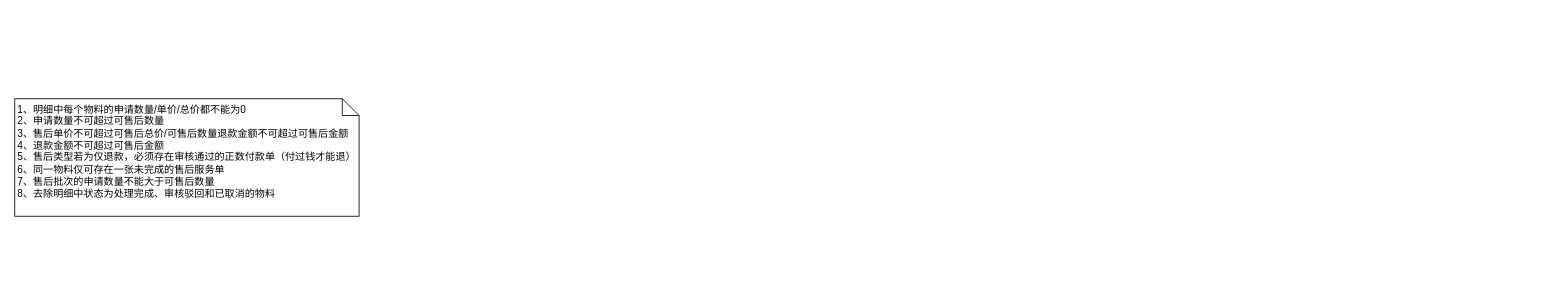
This is 新增采购退单.drawio from 188436093/mms, a draw.io file, before an edit. Source tidied: cells renumbered, new cells numbered last; positions are measured from the earlier drawing's top-left corner, leaving out a move shared by most shapes. Both pictures are drawn from the tidied source at 84%, with x=0, y=0 at pixel (14, 98).
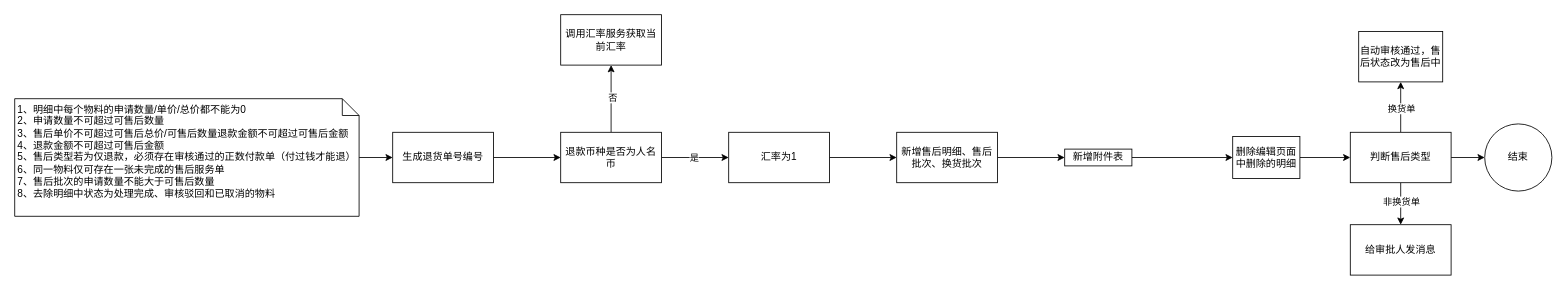
After the change.

Commit message:
更新新增采购退单.drawio

Unchanged cells that the change refers to:
```xml
<mxCell id="2" value="&lt;div style=&quot;text-align: left;&quot;&gt;&lt;span style=&quot;background-color: initial;&quot;&gt;1、明细中每个物料的申请数量/单价/总价都不能为0&lt;/span&gt;&lt;/div&gt;&lt;div style=&quot;text-align: left;&quot;&gt;&lt;span style=&quot;background-color: initial;&quot;&gt;2、申请数量不可超过可售后数量&lt;/span&gt;&lt;/div&gt;&lt;div style=&quot;text-align: left;&quot;&gt;&lt;span style=&quot;background-color: initial;&quot;&gt;3、售后单价不可超过可售后总价/可售后数量退款金额不可超过可售后金额&lt;/span&gt;&lt;/div&gt;&lt;div style=&quot;text-align: left;&quot;&gt;&lt;span style=&quot;background-color: initial;&quot;&gt;4、退款金额不可超过可售后金额&lt;/span&gt;&lt;/div&gt;&lt;div style=&quot;text-align: left;&quot;&gt;&lt;span style=&quot;background-color: initial;&quot;&gt;5、售后类型若为仅退款，必须存在审核通过的正数付款单（付过钱才能退）&lt;/span&gt;&lt;/div&gt;&lt;div style=&quot;text-align: left;&quot;&gt;&lt;span style=&quot;background-color: initial;&quot;&gt;6、同一物料仅可存在一张未完成的售后服务单&lt;/span&gt;&lt;/div&gt;&lt;div style=&quot;text-align: left;&quot;&gt;&lt;span style=&quot;background-color: initial;&quot;&gt;7、&lt;/span&gt;售后批次的申请数量不能大于可售后数量&lt;/div&gt;&lt;div style=&quot;text-align: left;&quot;&gt;8、去除明细中状态为处理完成、审核驳回和已取消的物料&lt;/div&gt;&lt;div style=&quot;text-align: left;&quot;&gt;&lt;span style=&quot;background-color: initial;&quot;&gt;&lt;br&gt;&lt;/span&gt;&lt;/div&gt;" style="shape=note;size=20;whiteSpace=wrap;html=1;" parent="1" vertex="1">
  <mxGeometry width="410" height="140" as="geometry" />
</mxCell>
```

What changed in the source:
```diff
@@
+    <mxCell id="3" style="edgeStyle=orthogonalEdgeStyle;rounded=0;jettySize=auto;html=1;" parent="1" edge="1" source="2" target="5">
+      <mxGeometry relative="1" as="geometry" />
+    </mxCell>
@@
+    <mxCell id="4" style="edgeStyle=orthogonalEdgeStyle;rounded=0;jettySize=auto;html=1;" parent="1" edge="1" source="5" target="10">
+      <mxGeometry relative="1" as="geometry" />
+    </mxCell>
+    <mxCell id="5" value="生成退货单号编号" style="whiteSpace=wrap;html=1;" parent="1" vertex="1">
+      <mxGeometry x="450" y="40" width="120" height="60" as="geometry" />
+    </mxCell>
+    <mxCell id="6" style="edgeStyle=orthogonalEdgeStyle;rounded=0;jettySize=auto;html=1;" parent="1" edge="1" source="10" target="11">
+      <mxGeometry relative="1" as="geometry" />
+    </mxCell>
+    <mxCell id="7" value="否" style="edgeLabel;html=1;align=center;verticalAlign=middle;" parent="6" vertex="1">
+      <mxGeometry x="0.04" y="-1" relative="1" as="geometry" />
+    </mxCell>
+    <mxCell id="8" style="edgeStyle=orthogonalEdgeStyle;rounded=0;jettySize=auto;html=1;" parent="1" edge="1" source="10" target="13">
+      <mxGeometry relative="1" as="geometry" />
+    </mxCell>
+    <mxCell id="9" value="是" style="edgeLabel;html=1;align=center;verticalAlign=middle;" parent="8" vertex="1">
+      <mxGeometry x="-0.04" relative="1" as="geometry" />
+    </mxCell>
+    <mxCell id="10" value="退款币种是否为人名币" style="whiteSpace=wrap;html=1;" parent="1" vertex="1">
+      <mxGeometry x="650" y="40" width="120" height="60" as="geometry" />
+    </mxCell>
+    <mxCell id="11" value="调用汇率服务获取当前汇率" style="whiteSpace=wrap;html=1;" parent="1" vertex="1">
+      <mxGeometry x="650" y="-100" width="120" height="60" as="geometry" />
+    </mxCell>
+    <mxCell id="12" style="edgeStyle=orthogonalEdgeStyle;rounded=0;jettySize=auto;html=1;" parent="1" edge="1" source="13" target="15">
+      <mxGeometry relative="1" as="geometry" />
+    </mxCell>
+    <mxCell id="13" value="汇率为1" style="whiteSpace=wrap;html=1;" parent="1" vertex="1">
+      <mxGeometry x="850" y="40" width="120" height="60" as="geometry" />
+    </mxCell>
+    <mxCell id="14" style="edgeStyle=orthogonalEdgeStyle;rounded=0;jettySize=auto;html=1;" parent="1" edge="1" source="15" target="17">
+      <mxGeometry relative="1" as="geometry" />
+    </mxCell>
+    <mxCell id="15" value="新增售后明细、售后批次、换货批次" style="whiteSpace=wrap;html=1;" parent="1" vertex="1">
+      <mxGeometry x="1050" y="40" width="120" height="60" as="geometry" />
+    </mxCell>
+    <mxCell id="16" style="edgeStyle=orthogonalEdgeStyle;rounded=0;jettySize=auto;html=1;" parent="1" edge="1" source="17" target="19">
+      <mxGeometry relative="1" as="geometry" />
+    </mxCell>
+    <mxCell id="17" value="新增附件表" style="whiteSpace=wrap;html=1;" parent="1" vertex="1">
+      <mxGeometry x="1250" y="60" width="80" height="20" as="geometry" />
+    </mxCell>
+    <mxCell id="18" style="edgeStyle=orthogonalEdgeStyle;rounded=0;jettySize=auto;html=1;" parent="1" edge="1" source="19" target="25">
+      <mxGeometry relative="1" as="geometry" />
+    </mxCell>
+    <mxCell id="19" value="删除编辑页面中删除的明细" style="whiteSpace=wrap;html=1;" parent="1" vertex="1">
+      <mxGeometry x="1450" y="45" width="80" height="50" as="geometry" />
+    </mxCell>
+    <mxCell id="20" style="edgeStyle=orthogonalEdgeStyle;rounded=0;jettySize=auto;html=1;" parent="1" edge="1" source="25" target="26">
+      <mxGeometry relative="1" as="geometry" />
+    </mxCell>
+    <mxCell id="21" value="换货单" style="edgeLabel;html=1;align=center;verticalAlign=middle;" parent="20" vertex="1">
+      <mxGeometry x="-0.03" relative="1" as="geometry" />
+    </mxCell>
+    <mxCell id="22" style="edgeStyle=orthogonalEdgeStyle;rounded=0;jettySize=auto;html=1;" parent="1" edge="1" source="25" target="27">
+      <mxGeometry relative="1" as="geometry" />
+    </mxCell>
+    <mxCell id="23" value="非换货单" style="edgeLabel;html=1;align=center;verticalAlign=middle;" parent="22" vertex="1">
+      <mxGeometry x="-0.12" relative="1" as="geometry" />
+    </mxCell>
+    <mxCell id="24" style="edgeStyle=orthogonalEdgeStyle;rounded=0;jettySize=auto;html=1;entryX=0;entryY=0.5;entryDx=0;entryDy=0;" parent="1" edge="1" source="25" target="28">
+      <mxGeometry relative="1" as="geometry" />
+    </mxCell>
+    <mxCell id="25" value="判断售后类型" style="whiteSpace=wrap;html=1;" parent="1" vertex="1">
+      <mxGeometry x="1590" y="40" width="120" height="60" as="geometry" />
+    </mxCell>
+    <mxCell id="26" value="自动审核通过，售后状态改为售后中" style="whiteSpace=wrap;html=1;" parent="1" vertex="1">
+      <mxGeometry x="1600" y="-80" width="100" height="60" as="geometry" />
+    </mxCell>
+    <mxCell id="27" value="给审批人发消息" style="whiteSpace=wrap;html=1;" parent="1" vertex="1">
+      <mxGeometry x="1590" y="150" width="120" height="60" as="geometry" />
+    </mxCell>
+    <mxCell id="28" value="结束" style="ellipse;whiteSpace=wrap;html=1;" parent="1" vertex="1">
+      <mxGeometry x="1750" y="30" width="80" height="80" as="geometry" />
+    </mxCell>
```
